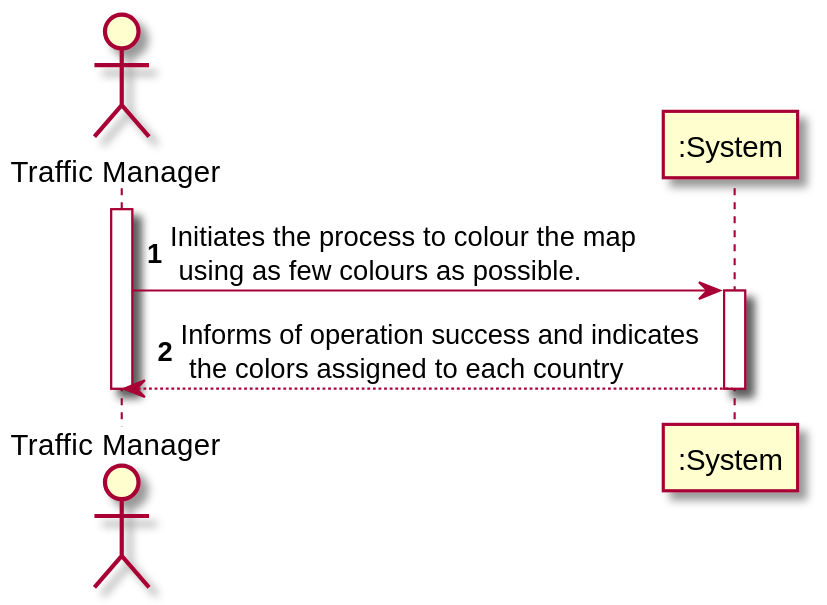
Earlier version of the PlantUML export docs/US302/US302_SSD.svg (0franciscor/lapr3-2021-g042).
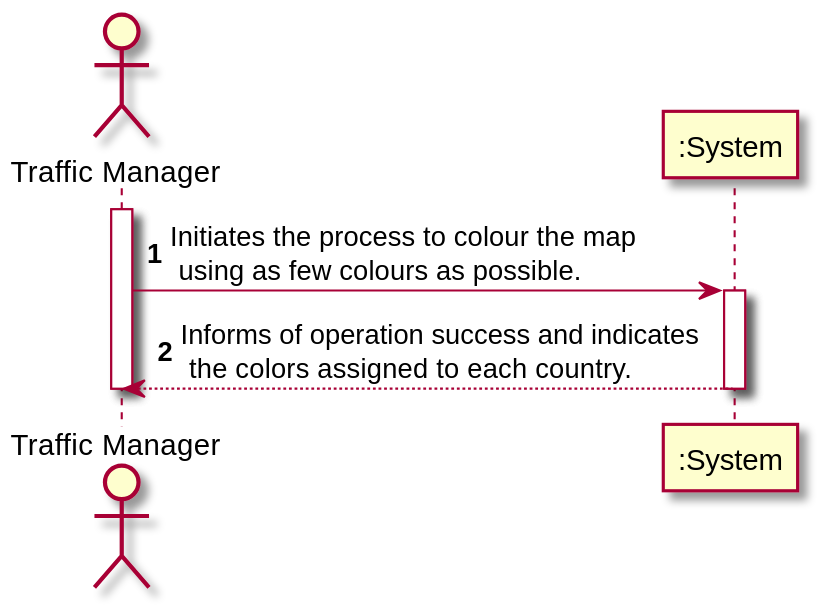
After the change.

What changed in the source:
```diff
@@ -8,7 +8,7 @@
 TM -> ":System" : Initiates the process to colour the map \n using as few colours as possible.
 activate ":System"
 
-":System" --> TM : Informs of operation success and indicates\n the colors assigned to each country
+":System" --> TM : Informs of operation success and indicates\n the colors assigned to each country.
 deactivate ":System"
 
 deactivate TM
```
